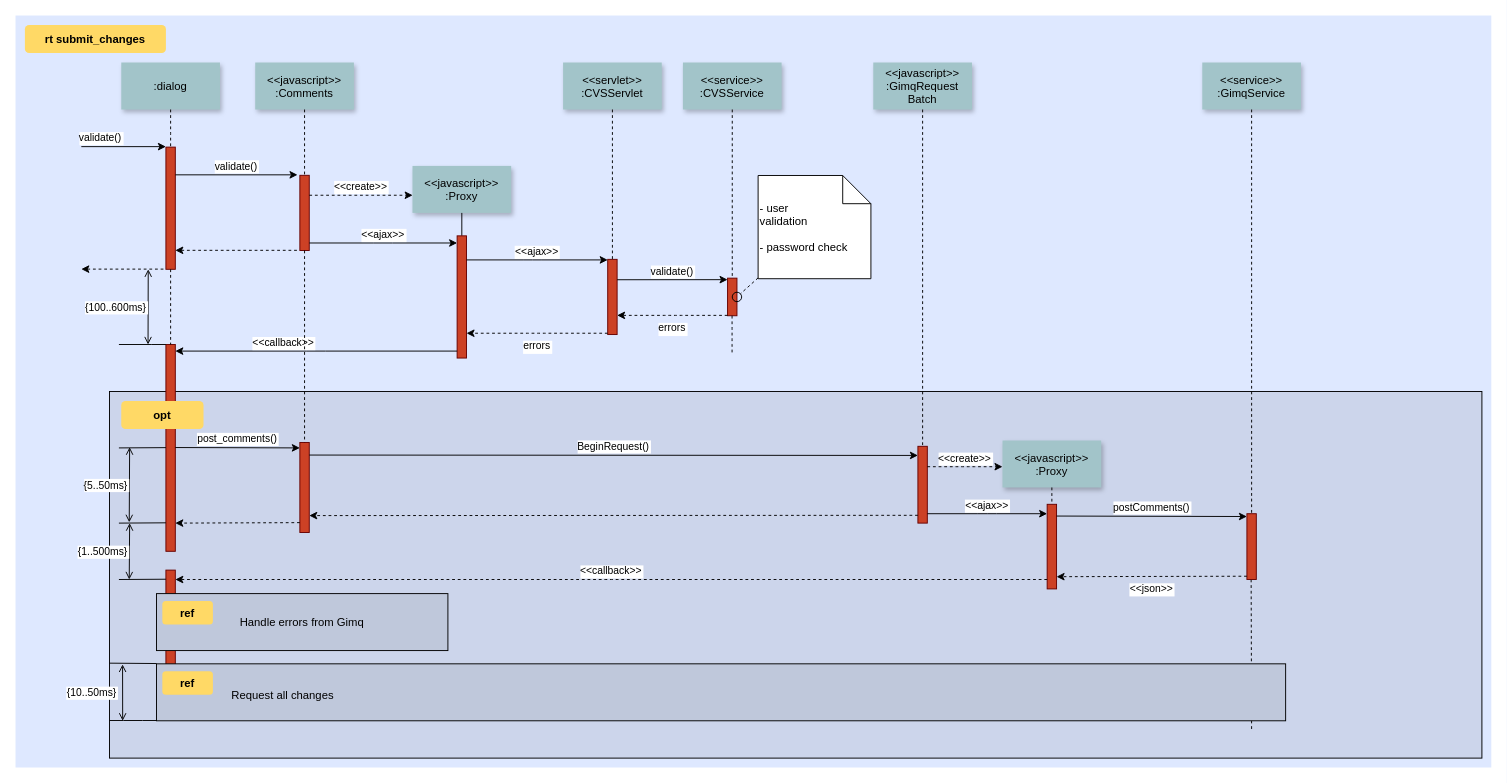
Above: 未命名绘图.drawio in YuChenLiao/UML (draw.io), before the change. Source tidied: cells renumbered, new cells numbered last; positions are measured from the earlier drawing's top-left corner, leaving out a move shared by most shapes. Both pictures are drawn from the tidied source at 94%, with x=0, y=0 at pixel (15, 15).
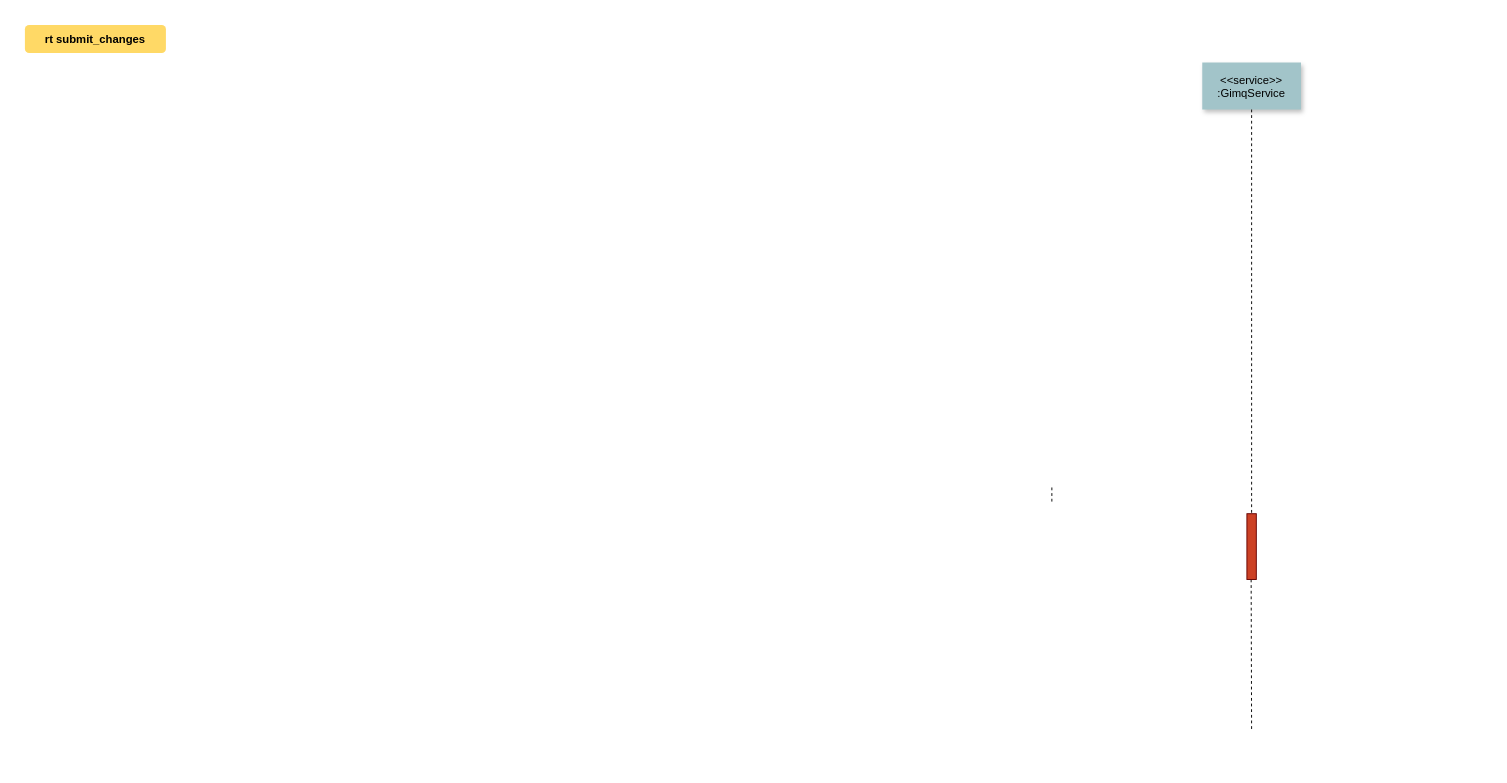
The same diagram, later.

Commit message (it also covers changes not shown here):
更新未命名绘图.drawio

The edit, as a diff of the source:
```diff
@@
-    <mxCell id="2" style="fillColor=#DEE8FF;strokeColor=none;" parent="1" vertex="1">
-      <mxGeometry width="1570" height="800" as="geometry" />
-    </mxCell>
-    <mxCell id="3" style="fillColor=#CCD5EB;" parent="1" vertex="1">
-      <mxGeometry x="100" y="400" width="1460" height="390" as="geometry" />
-    </mxCell>
@@
-    <mxCell id="5" style="fillColor=#CC4125;strokeColor=#660000;" parent="1" vertex="1">
-      <mxGeometry x="160" y="140" width="10" height="130" as="geometry" />
-    </mxCell>
-    <mxCell id="6" value="validate()" style="edgeStyle=none;verticalLabelPosition=top;verticalAlign=bottom;labelPosition=left;align=right;" parent="1" edge="1">
-      <mxGeometry x="110" y="49.5" as="geometry">
-        <mxPoint x="70" y="139.5" as="sourcePoint" />
-        <mxPoint x="160" y="139.5" as="targetPoint" />
-      </mxGeometry>
-    </mxCell>
-    <mxCell id="7" value=":dialog" style="shadow=1;fillColor=#A2C4C9;strokeColor=none;" parent="1" vertex="1">
-      <mxGeometry x="112.5" y="50" width="105" height="50" as="geometry" />
-    </mxCell>
-    <mxCell id="8" style="fillColor=#CC4125;strokeColor=#660000;" parent="1" vertex="1">
-      <mxGeometry x="302.5" y="170" width="10" height="80" as="geometry" />
-    </mxCell>
-    <mxCell id="9" value="&lt;&lt;javascript&gt;&gt;&#10;:Comments" style="shadow=1;fillColor=#A2C4C9;strokeColor=none;" parent="1" vertex="1">
-      <mxGeometry x="255" y="50" width="105" height="50" as="geometry" />
-    </mxCell>
-    <mxCell id="10" style="edgeStyle=none;endArrow=none;dashed=1;" parent="1" edge="1" source="9" target="8">
-      <mxGeometry x="272.3" y="165" as="geometry" />
-    </mxCell>
-    <mxCell id="11" value="validate()" style="edgeStyle=none;verticalLabelPosition=top;verticalAlign=bottom;" parent="1" edge="1">
-      <mxGeometry x="220" y="92" as="geometry">
-        <mxPoint x="170" y="169.5" as="sourcePoint" />
-        <mxPoint x="300" y="169.5" as="targetPoint" />
-      </mxGeometry>
-    </mxCell>
-    <mxCell id="12" style="edgeStyle=none;verticalLabelPosition=top;verticalAlign=bottom;endArrow=none;startArrow=classic;dashed=1;" parent="1" edge="1">
-      <mxGeometry x="220" y="172.3" as="geometry">
-        <mxPoint x="170" y="249.8" as="sourcePoint" />
-        <mxPoint x="300" y="249.8" as="targetPoint" />
-      </mxGeometry>
-    </mxCell>
-    <mxCell id="13" style="edgeStyle=none;verticalLabelPosition=top;verticalAlign=bottom;labelPosition=left;align=right;endArrow=none;startArrow=classic;dashed=1;" parent="1" edge="1">
-      <mxGeometry x="110" y="179.8" as="geometry">
-        <mxPoint x="70" y="269.8" as="sourcePoint" />
-        <mxPoint x="160" y="269.8" as="targetPoint" />
-      </mxGeometry>
-    </mxCell>
-    <mxCell id="14" value="&lt;&lt;create&gt;&gt;" style="edgeStyle=none;verticalLabelPosition=top;verticalAlign=bottom;dashed=1;" parent="1" edge="1">
-      <mxGeometry x="385.5" y="113.9" as="geometry">
-        <mxPoint x="312.5" y="191.2" as="sourcePoint" />
-        <mxPoint x="422.5" y="191.2" as="targetPoint" />
-      </mxGeometry>
-    </mxCell>
-    <mxCell id="15" value="&lt;&lt;javascript&gt;&gt;&#10;:Proxy" style="shadow=1;fillColor=#A2C4C9;strokeColor=none;" parent="1" vertex="1">
-      <mxGeometry x="422.3" y="160" width="105" height="50" as="geometry" />
-    </mxCell>
-    <mxCell id="16" style="edgeStyle=none;endArrow=none;" parent="1" edge="1" source="15" target="17">
-      <mxGeometry x="437" y="270" as="geometry" />
-    </mxCell>
-    <mxCell id="17" style="fillColor=#CC4125;strokeColor=#660000;" parent="1" vertex="1">
-      <mxGeometry x="469.8" y="234.4" width="10" height="130" as="geometry" />
-    </mxCell>
-    <mxCell id="18" value="&lt;&lt;ajax&gt;&gt;" style="edgeStyle=elbowEdgeStyle;elbow=vertical;verticalLabelPosition=top;verticalAlign=bottom;" parent="1" edge="1" source="8" target="17">
-      <mxGeometry x="350" y="290" as="geometry" />
-    </mxCell>
-    <mxCell id="19" style="fillColor=#CC4125;strokeColor=#660000;" parent="1" vertex="1">
-      <mxGeometry x="630" y="259.4" width="10" height="80" as="geometry" />
-    </mxCell>
-    <mxCell id="20" value="&lt;&lt;servlet&gt;&gt;&#10;:CVSServlet" style="shadow=1;fillColor=#A2C4C9;strokeColor=none;" parent="1" vertex="1">
-      <mxGeometry x="582.5" y="50" width="105" height="50" as="geometry" />
-    </mxCell>
-    <mxCell id="21" style="edgeStyle=none;endArrow=none;dashed=1;" parent="1" edge="1" source="20" target="19">
-      <mxGeometry x="614.5" y="175" as="geometry" />
-    </mxCell>
-    <mxCell id="22" value="&lt;&lt;service&gt;&gt;&#10;:CVSService" style="shadow=1;fillColor=#A2C4C9;strokeColor=none;" parent="1" vertex="1">
-      <mxGeometry x="710" y="50" width="105" height="50" as="geometry" />
-    </mxCell>
-    <mxCell id="23" style="edgeStyle=none;endArrow=none;dashed=1;" parent="1" edge="1" source="22" target="24">
-      <mxGeometry x="727.3" y="165" as="geometry" />
-    </mxCell>
-    <mxCell id="24" style="fillColor=#CC4125;strokeColor=#660000;" parent="1" vertex="1">
-      <mxGeometry x="757.5" y="279.4" width="10" height="40" as="geometry" />
-    </mxCell>
-    <mxCell id="25" value="&lt;&lt;ajax&gt;&gt;" style="edgeStyle=elbowEdgeStyle;elbow=vertical;verticalLabelPosition=top;verticalAlign=bottom;" parent="1" edge="1" source="17" target="19">
-      <mxGeometry x="540" y="270" as="geometry">
-        <Array as="points">
-          <mxPoint x="550" y="260" />
-        </Array>
-      </mxGeometry>
-    </mxCell>
-    <mxCell id="26" value="errors" style="edgeStyle=elbowEdgeStyle;elbow=vertical;dashed=1;verticalLabelPosition=bottom;verticalAlign=top;" parent="1" edge="1" source="19" target="17">
-      <mxGeometry x="550" y="280" as="geometry">
-        <Array as="points">
-          <mxPoint x="553" y="338" />
-        </Array>
-      </mxGeometry>
-    </mxCell>
-    <mxCell id="27" value="&lt;&lt;javascript&gt;&gt;&#10;:GimqRequest&#10;Batch" style="shadow=1;fillColor=#A2C4C9;strokeColor=none;" parent="1" vertex="1">
-      <mxGeometry x="912.5" y="50" width="105" height="50" as="geometry" />
-    </mxCell>
-    <mxCell id="28" style="edgeStyle=elbowEdgeStyle;elbow=horizontal;endArrow=none;dashed=1;" parent="1" edge="1" source="7" target="5">
-      <mxGeometry x="230" y="310" as="geometry" />
-    </mxCell>
-    <mxCell id="29" value="validate()" style="edgeStyle=elbowEdgeStyle;elbow=vertical;verticalLabelPosition=top;verticalAlign=bottom;" parent="1" edge="1">
-      <mxGeometry x="550" y="261.7" as="geometry">
-        <mxPoint x="640" y="281.1" as="sourcePoint" />
-        <mxPoint x="757.5" y="281.1" as="targetPoint" />
-      </mxGeometry>
-    </mxCell>
-    <mxCell id="30" value="errors" style="edgeStyle=elbowEdgeStyle;elbow=vertical;dashed=1;verticalLabelPosition=bottom;verticalAlign=top;" parent="1" edge="1">
-      <mxGeometry x="560" y="309.7" as="geometry">
-        <mxPoint x="757.5" y="319" as="sourcePoint" />
-        <mxPoint x="640" y="319" as="targetPoint" />
-      </mxGeometry>
-    </mxCell>
-    <mxCell id="31" style="edgeStyle=elbowEdgeStyle;elbow=horizontal;endArrow=none;dashed=1;" parent="1" edge="1">
-      <mxGeometry x="932.3" y="240" as="geometry">
-        <mxPoint x="762.3" y="319.4" as="sourcePoint" />
-        <mxPoint x="762.3" y="360" as="targetPoint" />
-        <Array as="points">
-          <mxPoint x="762.3" y="340" />
-        </Array>
-      </mxGeometry>
-    </mxCell>
-    <mxCell id="32" style="ellipse;fillColor=none;" parent="1" vertex="1">
-      <mxGeometry x="762.5" y="294.4" width="10" height="10" as="geometry" />
-    </mxCell>
-    <mxCell id="33" value=" - user&#10; validation&#10;&#10; - password check" style="shape=note;align=left;" parent="1" vertex="1">
-      <mxGeometry x="790" y="170.2" width="120" height="109.8" as="geometry" />
-    </mxCell>
-    <mxCell id="34" style="edgeStyle=none;endArrow=none;dashed=1;" parent="1" edge="1" source="33" target="32">
-      <mxGeometry x="1030" y="180" as="geometry" />
-    </mxCell>
-    <mxCell id="35" style="fillColor=#CC4125;strokeColor=#660000;" parent="1" vertex="1">
-      <mxGeometry x="160" y="350" width="10" height="220" as="geometry" />
-    </mxCell>
-    <mxCell id="36" value="             &lt;&lt;callback&gt;&gt;                                " style="edgeStyle=elbowEdgeStyle;elbow=vertical;dashed=0;verticalLabelPosition=top;verticalAlign=bottom;align=right;" parent="1" edge="1" source="17" target="35">
-      <mxGeometry x="190" y="329.8" as="geometry" />
-    </mxCell>
-    <mxCell id="37" style="edgeStyle=none;dashed=1;endArrow=none;" parent="1" edge="1" source="5" target="35">
-      <mxGeometry x="50" y="300" as="geometry" />
-    </mxCell>
-    <mxCell id="38" style="edgeStyle=elbowEdgeStyle;elbow=vertical;endArrow=none;" parent="1" edge="1" source="35">
-      <mxGeometry x="60" y="310" as="geometry">
-        <mxPoint x="110" y="350" as="targetPoint" />
-      </mxGeometry>
-    </mxCell>
-    <mxCell id="39" value="{100..600ms}" style="edgeStyle=elbowEdgeStyle;elbow=horizontal;startArrow=open;endArrow=open;labelPosition=left;align=right;" parent="1" edge="1">
-      <mxGeometry x="61.2" y="290" as="geometry">
-        <mxPoint x="141.2" y="270" as="sourcePoint" />
-        <mxPoint x="141.2" y="350" as="targetPoint" />
-      </mxGeometry>
-    </mxCell>
-    <mxCell id="40" style="fillColor=#CC4125;strokeColor=#660000;" parent="1" vertex="1">
-      <mxGeometry x="302.5" y="454.2" width="10" height="95.8" as="geometry" />
-    </mxCell>
-    <mxCell id="41" style="fillColor=#CC4125;strokeColor=#660000;" parent="1" vertex="1">
-      <mxGeometry x="960" y="458.3" width="10" height="81.7" as="geometry" />
-    </mxCell>
-    <mxCell id="42" style="edgeStyle=none;endArrow=none;dashed=1;" parent="1" edge="1" source="27" target="41">
-      <mxGeometry x="956.6" y="205" as="geometry" />
-    </mxCell>
-    <mxCell id="43" value="post_comments()" style="edgeStyle=elbowEdgeStyle;elbow=vertical;verticalLabelPosition=top;verticalAlign=bottom;" parent="1" edge="1">
-      <mxGeometry x="212.5" y="469.6" as="geometry">
-        <mxPoint x="170" y="459.6" as="sourcePoint" />
-        <mxPoint x="302.5" y="459.6" as="targetPoint" />
-      </mxGeometry>
-    </mxCell>
-    <mxCell id="44" style="edgeStyle=none;endArrow=none;dashed=1;" parent="1" edge="1" source="8" target="40">
-      <mxGeometry x="376.6" y="339.7" as="geometry" />
-    </mxCell>
-    <mxCell id="45" value="BeginRequest()" style="edgeStyle=elbowEdgeStyle;elbow=vertical;verticalLabelPosition=top;verticalAlign=bottom;" parent="1" edge="1">
-      <mxGeometry x="530" y="436.8" as="geometry">
-        <mxPoint x="312.5" y="467.6" as="sourcePoint" />
-        <mxPoint x="960" y="467.6" as="targetPoint" />
-      </mxGeometry>
-    </mxCell>
-    <mxCell id="46" style="edgeStyle=elbowEdgeStyle;elbow=vertical;dashed=1;verticalLabelPosition=bottom;verticalAlign=top;" parent="1" edge="1">
-      <mxGeometry x="530" y="549.1" as="geometry">
-        <mxPoint x="960" y="531.7" as="sourcePoint" />
-        <mxPoint x="312.5" y="531.7" as="targetPoint" />
-      </mxGeometry>
-    </mxCell>
-    <mxCell id="47" value="&lt;&lt;javascript&gt;&gt;&#10;:Proxy" style="shadow=1;fillColor=#A2C4C9;strokeColor=none;" parent="1" vertex="1">
-      <mxGeometry x="1050" y="452.1" width="105" height="50" as="geometry" />
-    </mxCell>
-    <mxCell id="48" style="edgeStyle=none;endArrow=none;dashed=1;" parent="1" edge="1" source="47" target="49">
-      <mxGeometry x="1204.1" y="380.1" as="geometry" />
+    <mxCell id="48" style="edgeStyle=none;endArrow=none;dashed=1;" parent="1" edge="1">
+      <mxGeometry x="1204.1" y="380.1" as="geometry">
+        <mxPoint x="1102.5" y="502.1" as="sourcePoint" />
+        <mxPoint x="1102.5" y="520" as="targetPoint" />
+      </mxGeometry>
     </mxCell>
-    <mxCell id="49" style="fillColor=#CC4125;strokeColor=#660000;" parent="1" vertex="1">
-      <mxGeometry x="1097.5" y="520" width="10" height="90" as="geometry" />
-    </mxCell>
@@
-    <mxCell id="51" value="&lt;&lt;create&gt;&gt;" style="edgeStyle=elbowEdgeStyle;elbow=vertical;verticalLabelPosition=top;verticalAlign=bottom;dashed=1;" parent="1" edge="1" source="41" target="47">
-      <mxGeometry x="901.2" y="322.5" as="geometry" />
-    </mxCell>
-    <mxCell id="52" value="&lt;&lt;ajax&gt;&gt;" style="edgeStyle=elbowEdgeStyle;elbow=vertical;verticalLabelPosition=top;verticalAlign=bottom;" parent="1" edge="1" source="41" target="49">
-      <mxGeometry x="1065" y="359.5" as="geometry" />
-    </mxCell>
-    <mxCell id="53" value="postComments()" style="edgeStyle=elbowEdgeStyle;elbow=vertical;verticalLabelPosition=top;verticalAlign=bottom;" parent="1" edge="1">
-      <mxGeometry x="1225" y="309.5" as="geometry">
-        <mxPoint x="1107.5" y="532.5" as="sourcePoint" />
-        <mxPoint x="1310" y="532.5" as="targetPoint" />
-      </mxGeometry>
-    </mxCell>
-    <mxCell id="54" value="&lt;&lt;json&gt;&gt;" style="edgeStyle=elbowEdgeStyle;elbow=vertical;dashed=1;verticalLabelPosition=bottom;verticalAlign=top;" parent="1" edge="1">
-      <mxGeometry x="1075" y="396" as="geometry">
-        <mxPoint x="1310" y="596.5" as="sourcePoint" />
-        <mxPoint x="1107.5" y="596.5" as="targetPoint" />
-      </mxGeometry>
-    </mxCell>
@@
-    <mxCell id="57" style="fillColor=#CC4125;strokeColor=#660000;" parent="1" vertex="1">
-      <mxGeometry x="160" y="590" width="10" height="130" as="geometry" />
-    </mxCell>
-    <mxCell id="58" style="edgeStyle=elbowEdgeStyle;elbow=vertical;dashed=1;verticalLabelPosition=bottom;verticalAlign=top;" parent="1" edge="1">
-      <mxGeometry x="507.5" y="664.3" as="geometry">
-        <mxPoint x="302.5" y="539.5" as="sourcePoint" />
-        <mxPoint x="170" y="539.5" as="targetPoint" />
-      </mxGeometry>
-    </mxCell>
-    <mxCell id="59" value="&lt;&lt;callback&gt;&gt;" style="edgeStyle=elbowEdgeStyle;elbow=vertical;dashed=1;verticalLabelPosition=bottom;verticalAlign=bottom;" parent="1" edge="1" source="49" target="57">
-      <mxGeometry x="540" y="559.1" as="geometry" />
-    </mxCell>
@@
-    <mxCell id="61" value="opt" style="rounded=1;fontStyle=1;fillColor=#FFD966;strokeColor=none;" parent="1" vertex="1">
-      <mxGeometry x="112.5" y="410" width="87.5" height="30" as="geometry" />
-    </mxCell>
-    <mxCell id="62" value="Handle errors from Gimq" style="fillColor=#BFC8DB;" parent="1" vertex="1">
-      <mxGeometry x="150" y="615" width="310" height="60.6" as="geometry" />
-    </mxCell>
-    <mxCell id="63" value="ref" style="rounded=1;fontStyle=1;fillColor=#FFD966;strokeColor=none;" parent="1" vertex="1">
-      <mxGeometry x="156.2" y="622.9" width="53.8" height="25" as="geometry" />
-    </mxCell>
-    <mxCell id="64" style="align=left;fillColor=#BFC8DB;" parent="1" vertex="1">
-      <mxGeometry x="150" y="689.7" width="1201.2" height="60.6" as="geometry" />
-    </mxCell>
-    <mxCell id="65" value="ref" style="rounded=1;fontStyle=1;fillColor=#FFD966;strokeColor=none;" parent="1" vertex="1">
-      <mxGeometry x="156.2" y="697.6" width="53.8" height="25" as="geometry" />
-    </mxCell>
-    <mxCell id="66" value="Request all changes" style="text;align=left;" parent="1" vertex="1">
-      <mxGeometry x="228.1" y="710.1" width="351.8" height="26" as="geometry" />
-    </mxCell>
-    <mxCell id="67" style="edgeStyle=elbowEdgeStyle;elbow=vertical;endArrow=none;" parent="1" edge="1">
-      <mxGeometry x="60" y="419.7" as="geometry">
-        <mxPoint x="160" y="459.7" as="sourcePoint" />
-        <mxPoint x="110" y="459.7" as="targetPoint" />
-      </mxGeometry>
-    </mxCell>
-    <mxCell id="68" style="edgeStyle=elbowEdgeStyle;elbow=vertical;endArrow=none;" parent="1" edge="1">
-      <mxGeometry x="60" y="499.7" as="geometry">
-        <mxPoint x="160" y="539.7" as="sourcePoint" />
-        <mxPoint x="110" y="539.7" as="targetPoint" />
-      </mxGeometry>
-    </mxCell>
-    <mxCell id="69" style="edgeStyle=elbowEdgeStyle;elbow=vertical;endArrow=none;" parent="1" edge="1">
-      <mxGeometry x="60" y="559.7" as="geometry">
-        <mxPoint x="160" y="599.7" as="sourcePoint" />
-        <mxPoint x="110" y="599.7" as="targetPoint" />
-      </mxGeometry>
-    </mxCell>
-    <mxCell id="70" style="edgeStyle=elbowEdgeStyle;elbow=vertical;endArrow=none;" parent="1" edge="1">
-      <mxGeometry x="50" y="649.4" as="geometry">
-        <mxPoint x="150" y="689.4" as="sourcePoint" />
-        <mxPoint x="100" y="689.4" as="targetPoint" />
-      </mxGeometry>
-    </mxCell>
-    <mxCell id="71" style="edgeStyle=elbowEdgeStyle;elbow=vertical;endArrow=none;" parent="1" edge="1">
-      <mxGeometry x="50" y="710" as="geometry">
-        <mxPoint x="150" y="750" as="sourcePoint" />
-        <mxPoint x="100" y="750" as="targetPoint" />
-      </mxGeometry>
-    </mxCell>
-    <mxCell id="72" value="{5..50ms}" style="edgeStyle=elbowEdgeStyle;elbow=horizontal;startArrow=open;endArrow=open;labelPosition=left;align=right;" parent="1" edge="1">
-      <mxGeometry x="41.4" y="479.2" as="geometry">
-        <mxPoint x="121.4" y="459.2" as="sourcePoint" />
-        <mxPoint x="121.4" y="539.2" as="targetPoint" />
-      </mxGeometry>
-    </mxCell>
-    <mxCell id="73" value="{1..500ms}" style="edgeStyle=elbowEdgeStyle;elbow=horizontal;startArrow=open;endArrow=open;labelPosition=left;align=right;" parent="1" edge="1">
-      <mxGeometry x="42.9" y="560" as="geometry">
-        <mxPoint x="121.4" y="540" as="sourcePoint" />
-        <mxPoint x="121.4" y="600" as="targetPoint" />
-      </mxGeometry>
-    </mxCell>
-    <mxCell id="74" value="{10..50ms}" style="edgeStyle=elbowEdgeStyle;elbow=horizontal;startArrow=open;endArrow=open;labelPosition=left;align=right;" parent="1" edge="1">
-      <mxGeometry as="geometry">
-        <mxPoint x="113.9" y="690.3" as="sourcePoint" />
-        <mxPoint x="113.9" y="750.3" as="targetPoint" />
-        <mxPoint x="-4.2" y="-0.3" as="offset" />
-      </mxGeometry>
-    </mxCell>
```
